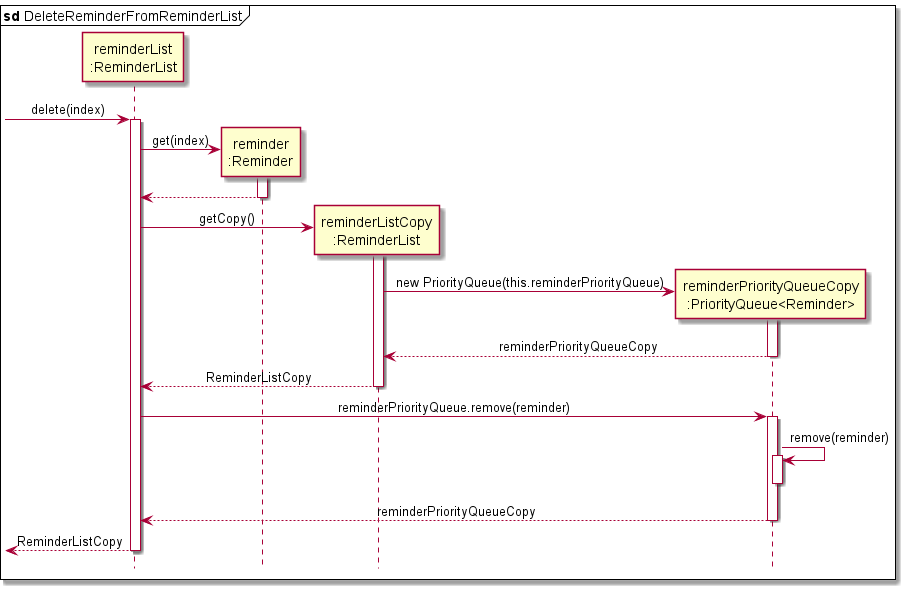
This is docs/images/DeleteReminderFromReminderListSeqDiagram.png from pyk595/tp, a PlantUML export, as it was before one commit.
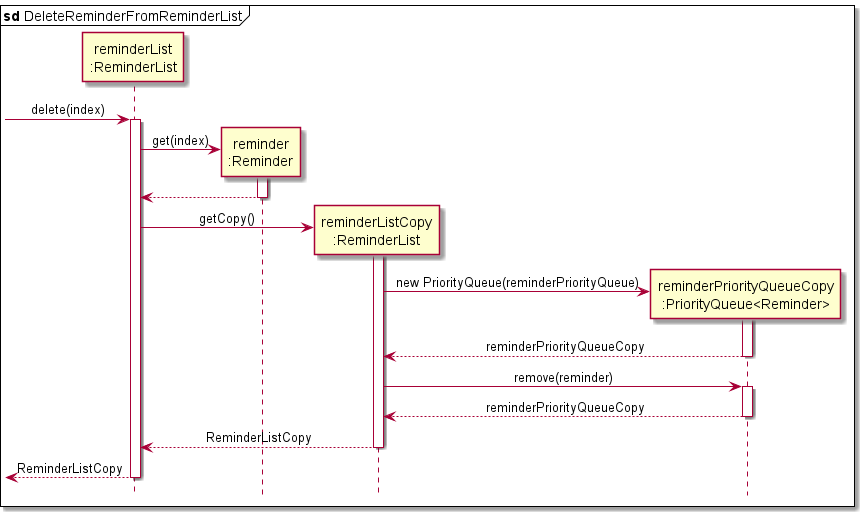
After the change.

Diff of the diagram source:
```diff
@@ -32,25 +32,20 @@
 activate ReminderListCopy
 
 create PriorityQueueCopy
-ReminderListCopy -> PriorityQueueCopy : new PriorityQueue(this.reminderPriorityQueue)
+ReminderListCopy -> PriorityQueueCopy : new PriorityQueue(reminderPriorityQueue)
+activate PriorityQueueCopy
+
+PriorityQueueCopy --> ReminderListCopy : reminderPriorityQueueCopy
+deactivate PriorityQueueCopy
+
+ReminderListCopy -> PriorityQueueCopy: remove(reminder)
 activate PriorityQueueCopy
 
 PriorityQueueCopy --> ReminderListCopy : reminderPriorityQueueCopy
 deactivate PriorityQueueCopy
 
 ReminderListCopy --> ReminderList : ReminderListCopy
-deactivate ReminderListCopy
-
-ReminderList -> PriorityQueueCopy : reminderPriorityQueue.remove(reminder)
-activate PriorityQueueCopy
-
-PriorityQueueCopy -> PriorityQueueCopy : remove(reminder)
-activate PriorityQueueCopy
 deactivate PriorityQueueCopy
-
-PriorityQueueCopy --> ReminderList : reminderPriorityQueueCopy
-deactivate PriorityQueueCopy
-
 deactivate ReminderListCopy
 
 <-- ReminderList : ReminderListCopy
```
